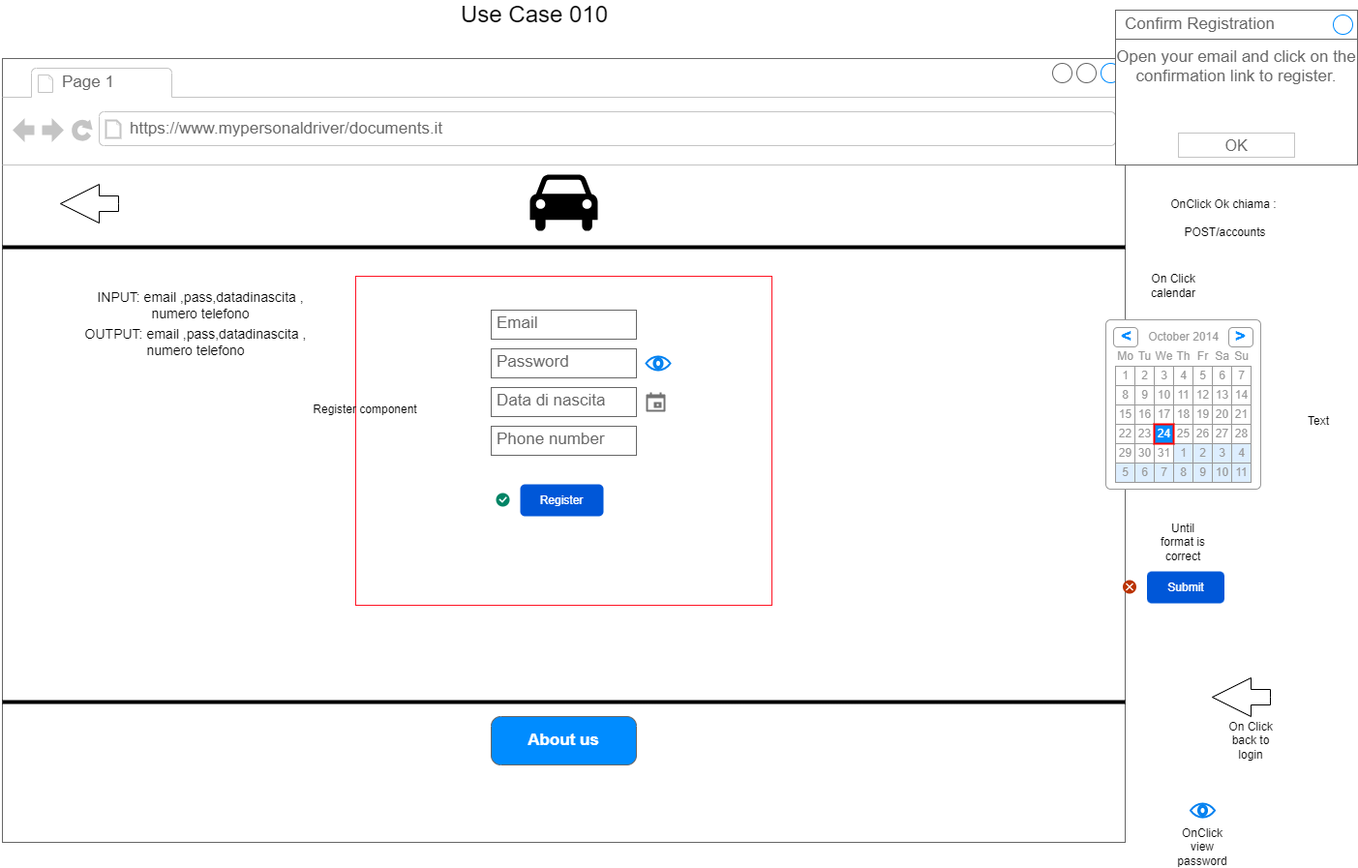
Before: Documentazione/sitoWeb/template_componenti/registerComponent.png, a diagram exported from draw.io (alfacorso2024Settembre/MyPersonalDriver). Source tidied: cells renumbered, new cells last; positions are measured from the earlier drawing's top-left corner, leaving out a move shared by most shapes.
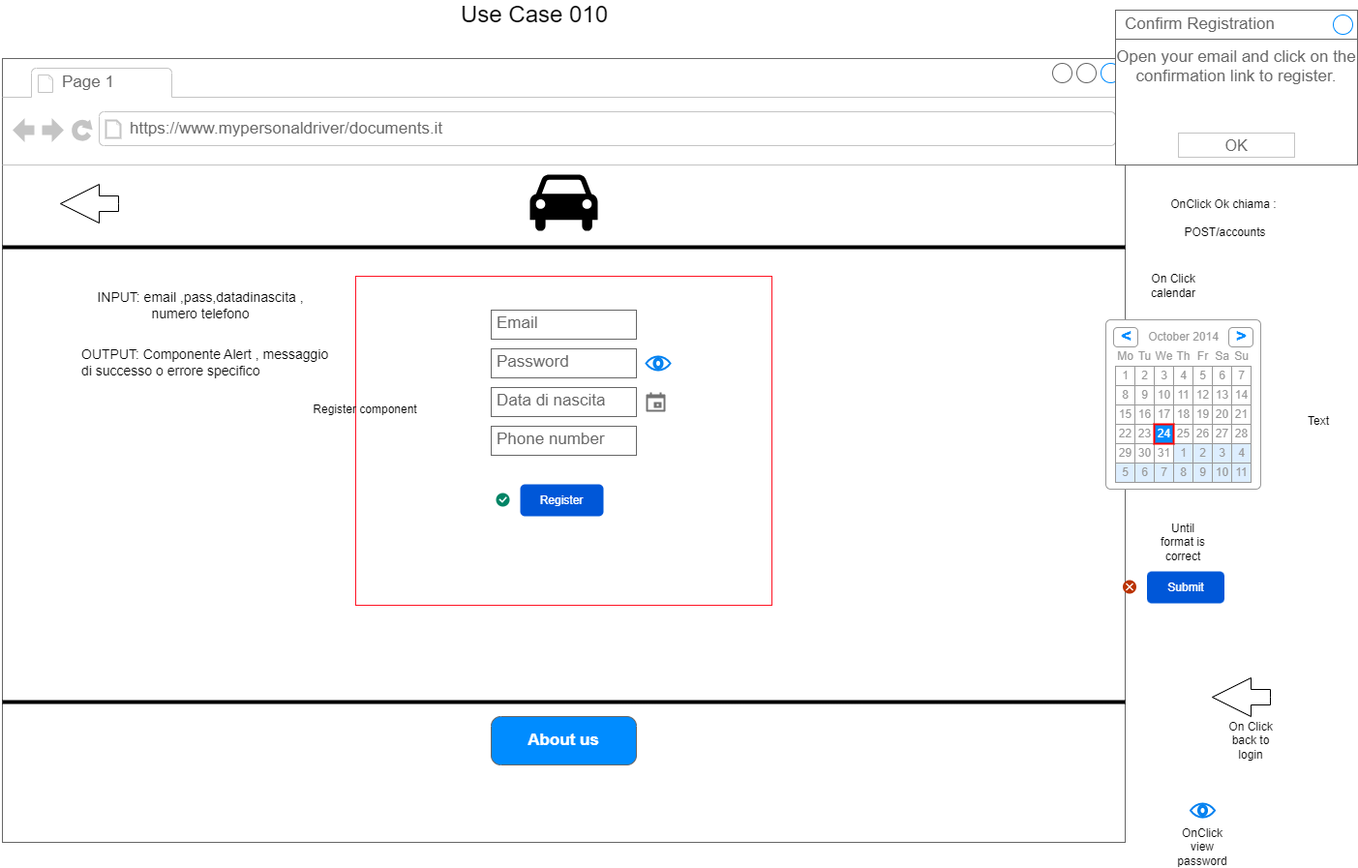
The same file after the commit.

Diff of the diagram source:
```diff
@@ -59,8 +59,8 @@
     <mxCell id="20" value="&lt;font style=&quot;font-size: 14px;&quot;&gt;INPUT: email ,pass,datadinascita , numero telefono&lt;/font&gt;" style="text;html=1;align=center;verticalAlign=middle;whiteSpace=wrap;rounded=0;" parent="2" vertex="1">
       <mxGeometry x="90" y="240" width="230" height="30" as="geometry" />
     </mxCell>
-    <mxCell id="21" value="&lt;font style=&quot;font-size: 14px;&quot;&gt;OUTPUT:&amp;nbsp;&lt;/font&gt;&lt;span style=&quot;font-size: 14px;&quot;&gt;email ,pass,datadinascita , numero telefono&lt;/span&gt;" style="text;html=1;align=center;verticalAlign=middle;whiteSpace=wrap;rounded=0;" parent="2" vertex="1">
-      <mxGeometry x="80" y="277.9" width="240" height="30" as="geometry" />
+    <mxCell id="21" value="&lt;font style=&quot;font-size: 14px;&quot;&gt;OUTPUT: Componente Alert , messaggio di successo o errore specifico&lt;/font&gt;" style="text;html=1;align=left;verticalAlign=middle;whiteSpace=wrap;rounded=0;" parent="2" vertex="1">
+      <mxGeometry x="80" y="277.9" width="260" height="72" as="geometry" />
     </mxCell>
     <mxCell id="22" style="strokeWidth=1;shadow=0;dashed=0;align=center;html=1;shape=mxgraph.mockup.forms.rrect;rSize=5;strokeColor=#999999;fillColor=#ffffff;" parent="1" vertex="1">
       <mxGeometry x="1140" y="330" width="160" height="175" as="geometry" />
```
